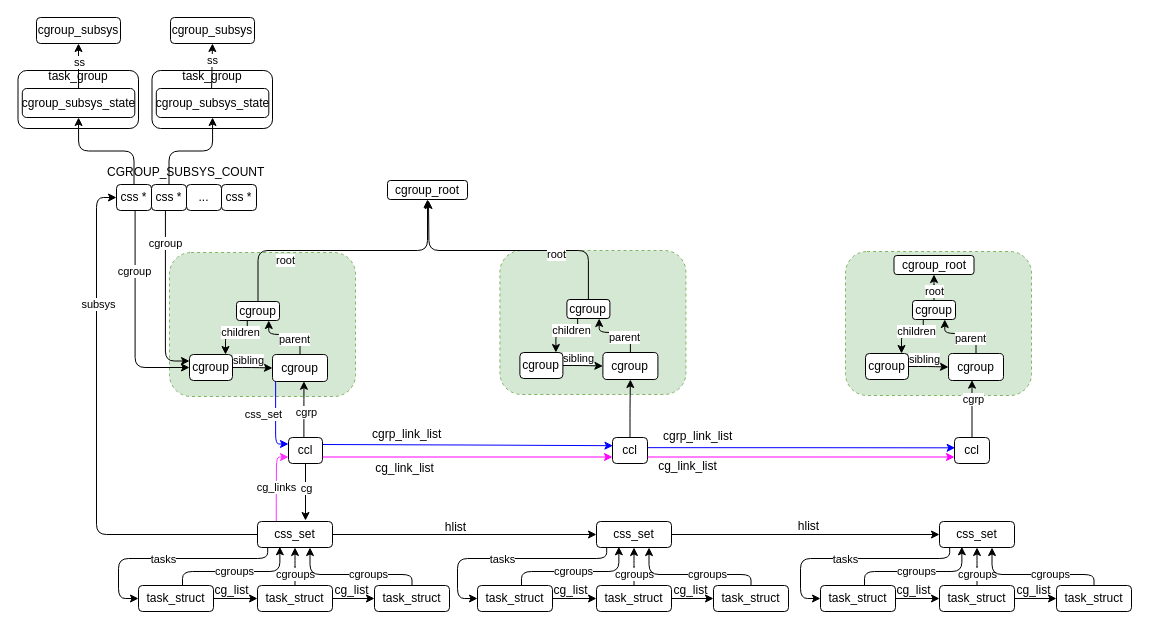
Above: cgroup.drawio in jasonactions/graph (draw.io), before the change. Source tidied: cells renumbered, new cells numbered last; positions are measured from the earlier drawing's top-left corner, leaving out a move shared by most shapes. Both pictures are drawn from the tidied source at 100%, with x=0, y=0 at pixel (17, 17).
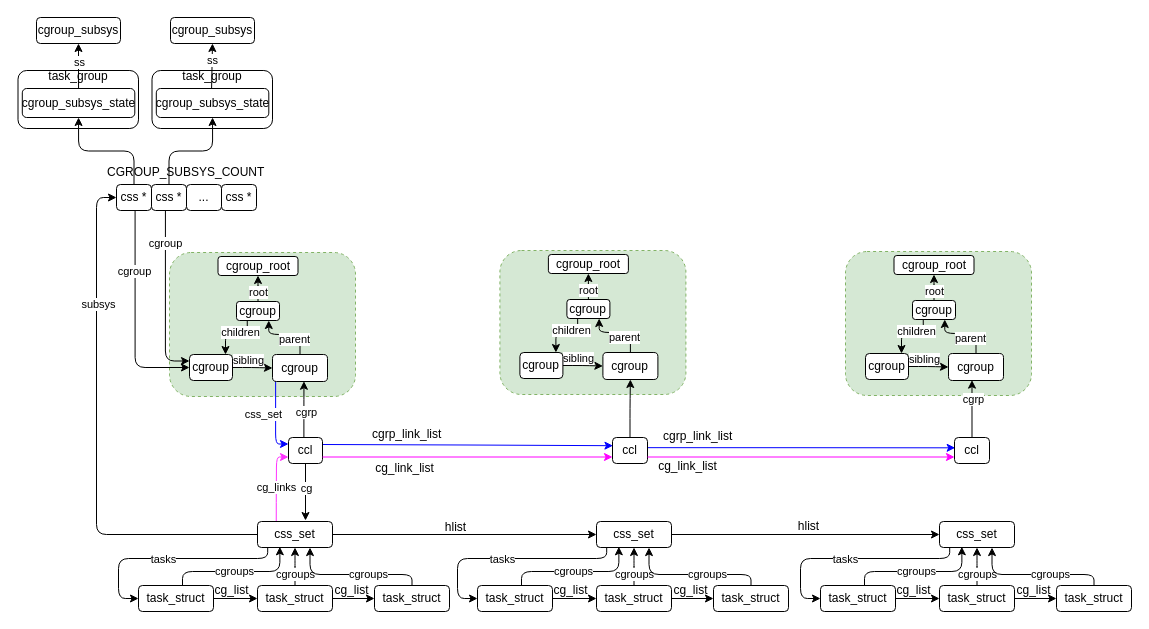
The same diagram, later.

The change refers to these unchanged cells:
```xml
<mxCell id="46" value="cgroup" style="rounded=1;whiteSpace=wrap;html=1;" parent="1" vertex="1">
  <mxGeometry x="219" y="284" width="43" height="19" as="geometry" />
</mxCell>
<mxCell id="76" value="cgroup" style="rounded=1;whiteSpace=wrap;html=1;" parent="1" vertex="1">
  <mxGeometry x="549.4" y="282" width="43" height="19" as="geometry" />
</mxCell>
```

Diff of the diagram source:
```diff
@@
-    <mxCell id="44" style="edgeStyle=orthogonalEdgeStyle;rounded=1;jettySize=auto;html=1;entryX=0.5;entryY=1;entryDx=0;entryDy=0;exitX=0.5;exitY=0;exitDx=0;exitDy=0;" parent="1" edge="1" source="46" target="47">
+    <mxCell id="44" style="edgeStyle=orthogonalEdgeStyle;rounded=1;jettySize=auto;html=1;entryX=0.5;entryY=1;entryDx=0;entryDy=0;" parent="1" edge="1" source="46" target="47">
       <mxGeometry relative="1" as="geometry" />
     </mxCell>
@@
     <mxCell id="47" value="cgroup_root" style="rounded=1;whiteSpace=wrap;html=1;" parent="1" vertex="1">
-      <mxGeometry x="370" y="163" width="80" height="19" as="geometry" />
+      <mxGeometry x="200.5" y="239" width="80" height="19" as="geometry" />
     </mxCell>
@@
-    <mxCell id="74" style="edgeStyle=orthogonalEdgeStyle;rounded=1;jettySize=auto;html=1;exitX=0.5;exitY=0;exitDx=0;exitDy=0;" parent="1" edge="1" source="76">
-      <mxGeometry relative="1" as="geometry">
-        <mxPoint x="411" y="183" as="targetPoint" />
-      </mxGeometry>
+    <mxCell id="74" style="edgeStyle=orthogonalEdgeStyle;rounded=1;jettySize=auto;html=1;entryX=0.5;entryY=1;entryDx=0;entryDy=0;" parent="1" edge="1" source="76" target="139">
+      <mxGeometry relative="1" as="geometry" />
     </mxCell>
@@
+    <mxCell id="139" value="cgroup_root" style="rounded=1;whiteSpace=wrap;html=1;" parent="1" vertex="1">
+      <mxGeometry x="530.9" y="237" width="80" height="19" as="geometry" />
+    </mxCell>
```
